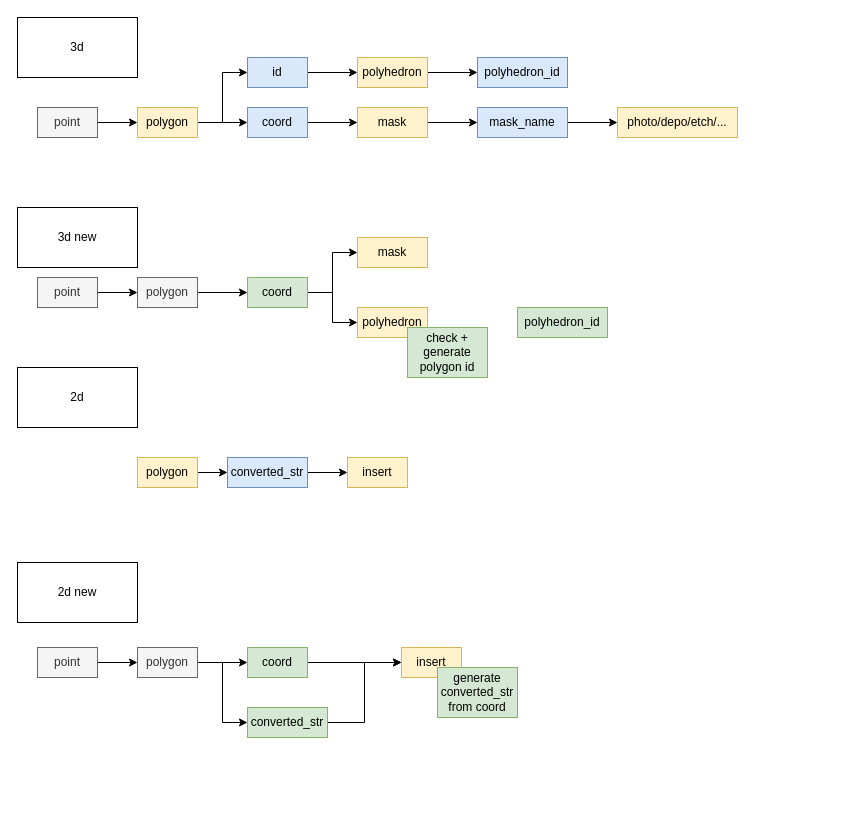
This is 未命名绘图.drawio from FicmillaR/drawio, a draw.io file, before an edit. Source tidied: cells renumbered, new cells numbered last; positions are measured from the earlier drawing's top-left corner, leaving out a move shared by most shapes. Both pictures are drawn from the tidied source at 100%, with x=0, y=0 at pixel (17, 17).
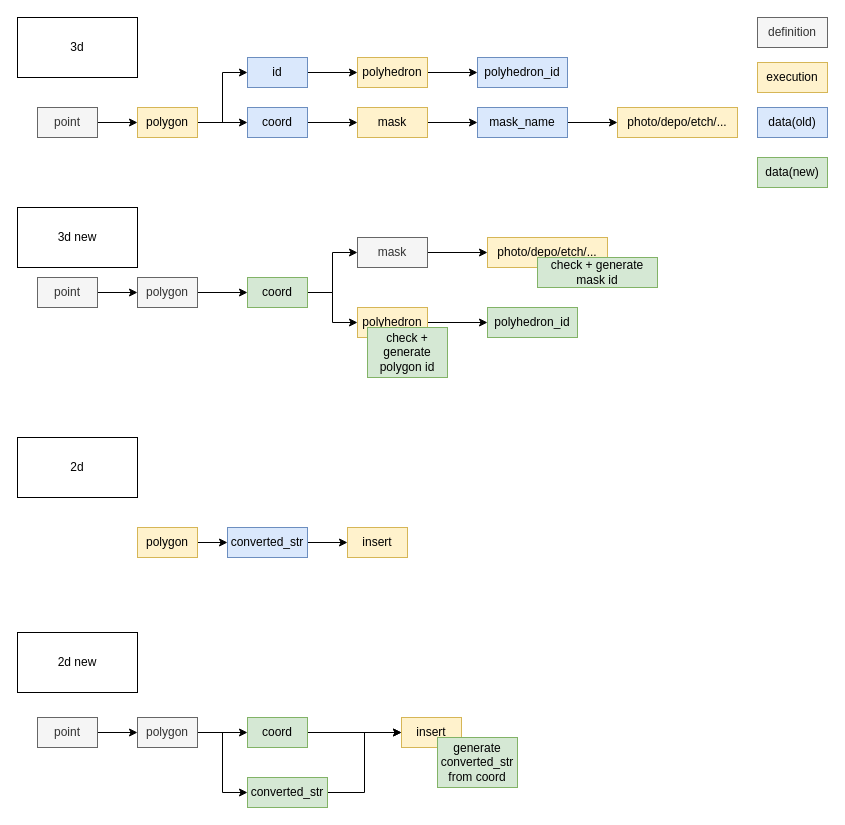
The same page after the edit.

Commit message:
更新未命名绘图.drawio

The change refers to these unchanged cells:
```xml
<mxCell id="23" value="polyhedron" style="rounded=0;whiteSpace=wrap;html=1;fillColor=#fff2cc;strokeColor=#d6b656;" parent="1" vertex="1">
  <mxGeometry x="340" y="290" width="70" height="30" as="geometry" />
</mxCell>
```

Change to the diagram source:
```diff
@@
+    <mxCell id="50" style="edgeStyle=orthogonalEdgeStyle;rounded=0;jettySize=auto;html=1;entryX=0;entryY=0.5;entryDx=0;entryDy=0;" parent="1" edge="1" source="22" target="56">
+      <mxGeometry relative="1" as="geometry" />
+    </mxCell>
-    <mxCell id="22" value="mask" style="rounded=0;whiteSpace=wrap;html=1;fillColor=#fff2cc;strokeColor=#d6b656;" parent="1" vertex="1">
+    <mxCell id="22" value="mask" style="rounded=0;whiteSpace=wrap;html=1;fillColor=#f5f5f5;strokeColor=#666666;fontColor=#333333;" parent="1" vertex="1">
       <mxGeometry x="340" y="220" width="70" height="30" as="geometry" />
     </mxCell>
+    <mxCell id="51" style="edgeStyle=orthogonalEdgeStyle;rounded=0;jettySize=auto;html=1;entryX=0;entryY=0.5;entryDx=0;entryDy=0;" parent="1" edge="1" source="23" target="44">
+      <mxGeometry relative="1" as="geometry" />
+    </mxCell>
@@
     <mxCell id="24" value="check + generate polygon id" style="rounded=0;whiteSpace=wrap;html=1;fillColor=#d5e8d4;strokeColor=#82b366;" parent="1" vertex="1">
-      <mxGeometry x="390" y="310" width="80" height="50" as="geometry" />
+      <mxGeometry x="350" y="310" width="80" height="50" as="geometry" />
     </mxCell>
@@
     <mxCell id="27" value="2d" style="rounded=0;whiteSpace=wrap;html=1;" parent="1" vertex="1">
-      <mxGeometry y="350" width="120" height="60" as="geometry" />
+      <mxGeometry y="420" width="120" height="60" as="geometry" />
     </mxCell>
@@
     <mxCell id="29" value="polygon" style="rounded=0;whiteSpace=wrap;html=1;fillColor=#fff2cc;strokeColor=#d6b656;" parent="1" vertex="1">
-      <mxGeometry x="120" y="440" width="60" height="30" as="geometry" />
+      <mxGeometry x="120" y="510" width="60" height="30" as="geometry" />
     </mxCell>
     <mxCell id="30" value="insert" style="rounded=0;whiteSpace=wrap;html=1;fillColor=#fff2cc;strokeColor=#d6b656;" parent="1" vertex="1">
-      <mxGeometry x="330" y="440" width="60" height="30" as="geometry" />
+      <mxGeometry x="330" y="510" width="60" height="30" as="geometry" />
     </mxCell>
@@
     <mxCell id="32" value="converted_str" style="rounded=0;whiteSpace=wrap;html=1;fillColor=#dae8fc;strokeColor=#6c8ebf;" parent="1" vertex="1">
-      <mxGeometry x="210" y="440" width="80" height="30" as="geometry" />
+      <mxGeometry x="210" y="510" width="80" height="30" as="geometry" />
     </mxCell>
     <mxCell id="33" value="2d new" style="rounded=0;whiteSpace=wrap;html=1;" parent="1" vertex="1">
-      <mxGeometry y="545" width="120" height="60" as="geometry" />
+      <mxGeometry y="615" width="120" height="60" as="geometry" />
     </mxCell>
@@
     <mxCell id="35" value="point" style="rounded=0;whiteSpace=wrap;html=1;fillColor=#f5f5f5;fontColor=#333333;strokeColor=#666666;" parent="1" vertex="1">
-      <mxGeometry x="20" y="630" width="60" height="30" as="geometry" />
+      <mxGeometry x="20" y="700" width="60" height="30" as="geometry" />
     </mxCell>
@@
     <mxCell id="38" value="polygon" style="rounded=0;whiteSpace=wrap;html=1;fillColor=#f5f5f5;fontColor=#333333;strokeColor=#666666;" parent="1" vertex="1">
-      <mxGeometry x="120" y="630" width="60" height="30" as="geometry" />
+      <mxGeometry x="120" y="700" width="60" height="30" as="geometry" />
     </mxCell>
@@
     <mxCell id="40" value="coord" style="rounded=0;whiteSpace=wrap;html=1;fillColor=#d5e8d4;strokeColor=#82b366;" parent="1" vertex="1">
-      <mxGeometry x="230" y="630" width="60" height="30" as="geometry" />
+      <mxGeometry x="230" y="700" width="60" height="30" as="geometry" />
     </mxCell>
@@
     <mxCell id="42" value="converted_str" style="rounded=0;whiteSpace=wrap;html=1;fillColor=#d5e8d4;strokeColor=#82b366;" parent="1" vertex="1">
-      <mxGeometry x="230" y="690" width="80" height="30" as="geometry" />
+      <mxGeometry x="230" y="760" width="80" height="30" as="geometry" />
     </mxCell>
     <mxCell id="43" value="insert" style="rounded=0;whiteSpace=wrap;html=1;fillColor=#fff2cc;strokeColor=#d6b656;" parent="1" vertex="1">
-      <mxGeometry x="384" y="630" width="60" height="30" as="geometry" />
+      <mxGeometry x="384" y="700" width="60" height="30" as="geometry" />
     </mxCell>
     <mxCell id="44" value="polyhedron_id" style="rounded=0;whiteSpace=wrap;html=1;fillColor=#d5e8d4;strokeColor=#82b366;" parent="1" vertex="1">
-      <mxGeometry x="500" y="290" width="90" height="30" as="geometry" />
+      <mxGeometry x="470" y="290" width="90" height="30" as="geometry" />
     </mxCell>
@@
     <mxCell id="49" value="generate converted_str from coord" style="rounded=0;whiteSpace=wrap;html=1;fillColor=#d5e8d4;strokeColor=#82b366;" parent="1" vertex="1">
-      <mxGeometry x="420" y="650" width="80" height="50" as="geometry" />
+      <mxGeometry x="420" y="720" width="80" height="50" as="geometry" />
     </mxCell>
+    <mxCell id="52" value="definition" style="rounded=0;whiteSpace=wrap;html=1;fillColor=#f5f5f5;fontColor=#333333;strokeColor=#666666;" parent="1" vertex="1">
+      <mxGeometry x="740" width="70" height="30" as="geometry" />
+    </mxCell>
+    <mxCell id="53" value="execution" style="rounded=0;whiteSpace=wrap;html=1;fillColor=#fff2cc;strokeColor=#d6b656;" parent="1" vertex="1">
+      <mxGeometry x="740" y="45" width="70" height="30" as="geometry" />
+    </mxCell>
+    <mxCell id="54" value="data(new)" style="rounded=0;whiteSpace=wrap;html=1;fillColor=#d5e8d4;strokeColor=#82b366;" parent="1" vertex="1">
+      <mxGeometry x="740" y="140" width="70" height="30" as="geometry" />
+    </mxCell>
+    <mxCell id="55" value="data(old)" style="rounded=0;whiteSpace=wrap;html=1;fillColor=#dae8fc;strokeColor=#6c8ebf;" parent="1" vertex="1">
+      <mxGeometry x="740" y="90" width="70" height="30" as="geometry" />
+    </mxCell>
+    <mxCell id="56" value="photo/depo/etch/..." style="rounded=0;whiteSpace=wrap;html=1;fillColor=#fff2cc;strokeColor=#d6b656;" parent="1" vertex="1">
+      <mxGeometry x="470" y="220" width="120" height="30" as="geometry" />
+    </mxCell>
+    <mxCell id="57" value="check + generate mask id" style="rounded=0;whiteSpace=wrap;html=1;fillColor=#d5e8d4;strokeColor=#82b366;" parent="1" vertex="1">
+      <mxGeometry x="520" y="240" width="120" height="30" as="geometry" />
+    </mxCell>
```
